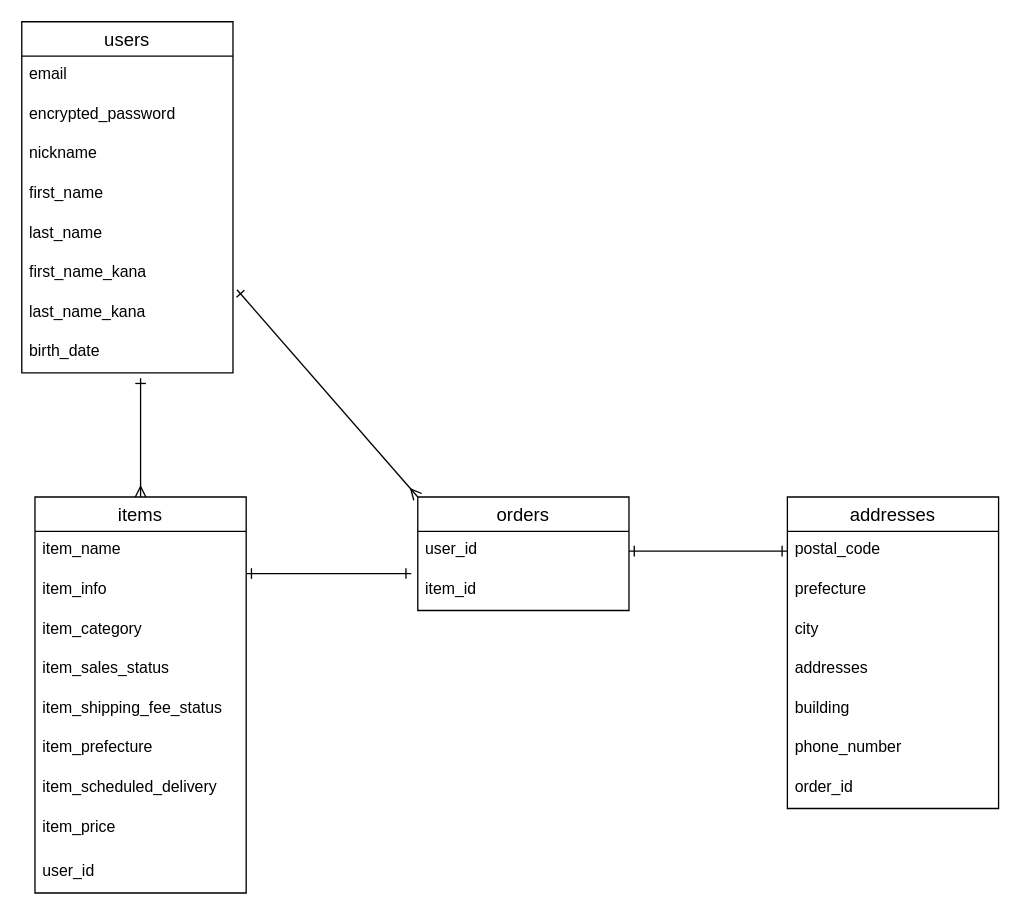
This is furima.dio from atsushiminamizuru/furima-38995, a draw.io file, before an edit. Source tidied: cells renumbered, new cells numbered last; positions are measured from the earlier drawing's top-left corner, leaving out a move shared by most shapes. Both pictures are drawn from the tidied source at 132%, with x=0, y=0 at pixel (21, 21).
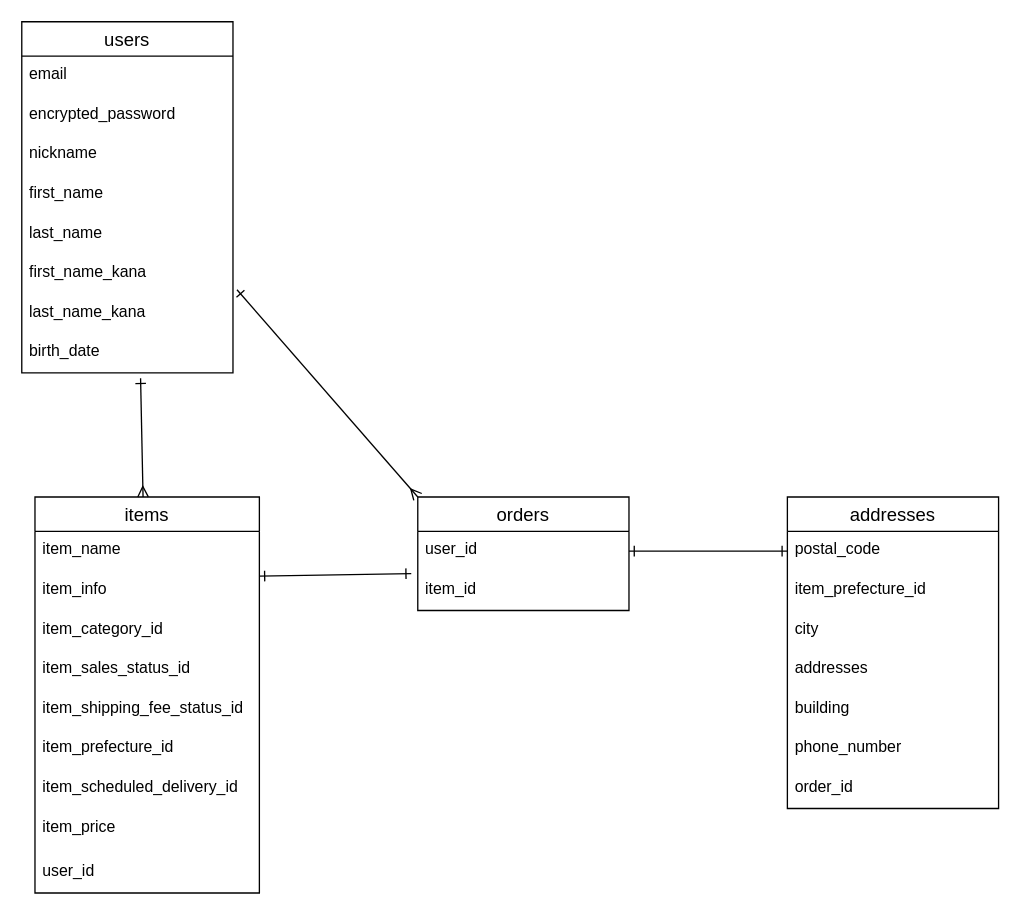
The same diagram, later.

Commit message (it also covers changes not shown here):
データベース設計修正２

ActiveHashに伴うDB設計上のカラム名を_idとintegerにすることでわかりやすくしている。

The change refers to these unchanged cells:
```xml
<mxCell id="23" value="user_id" style="text;strokeColor=none;fillColor=none;spacingLeft=4;spacingRight=4;overflow=hidden;points=[[0,0.5],[1,0.5]];portConstraint=eastwest;fontSize=12;" parent="22" vertex="1">
  <mxGeometry y="26" width="160" height="30" as="geometry" />
</mxCell>
<mxCell id="25" value="addresses" style="swimlane;fontStyle=0;horizontal=1;startSize=26;align=center;fontSize=14;" parent="1" vertex="1">
  <mxGeometry x="580" y="360" width="160" height="236" as="geometry" />
</mxCell>
```

Diff of the diagram source:
```diff
@@
     <mxCell id="11" value="items" style="swimlane;fontStyle=0;horizontal=1;startSize=26;align=center;fontSize=14;" parent="1" vertex="1">
-      <mxGeometry x="10" y="360" width="160" height="300" as="geometry" />
+      <mxGeometry x="10" y="360" width="170" height="300" as="geometry" />
     </mxCell>
     <mxCell id="12" value="item_name" style="text;strokeColor=none;fillColor=none;spacingLeft=4;spacingRight=4;overflow=hidden;fontSize=12;" parent="11" vertex="1">
-      <mxGeometry y="26" width="160" height="30" as="geometry" />
+      <mxGeometry y="26" width="170" height="30" as="geometry" />
     </mxCell>
     <mxCell id="13" value="item_info" style="text;strokeColor=none;fillColor=none;spacingLeft=4;spacingRight=4;overflow=hidden;fontSize=12;" parent="11" vertex="1">
-      <mxGeometry y="56" width="160" height="30" as="geometry" />
+      <mxGeometry y="56" width="170" height="30" as="geometry" />
     </mxCell>
-    <mxCell id="14" value="item_category" style="text;strokeColor=none;fillColor=none;spacingLeft=4;spacingRight=4;overflow=hidden;fontSize=12;" parent="11" vertex="1">
-      <mxGeometry y="86" width="160" height="30" as="geometry" />
+    <mxCell id="14" value="item_category_id" style="text;strokeColor=none;fillColor=none;spacingLeft=4;spacingRight=4;overflow=hidden;fontSize=12;" parent="11" vertex="1">
+      <mxGeometry y="86" width="170" height="30" as="geometry" />
     </mxCell>
-    <mxCell id="15" value="item_sales_status" style="text;strokeColor=none;fillColor=none;spacingLeft=4;spacingRight=4;overflow=hidden;fontSize=12;" parent="11" vertex="1">
-      <mxGeometry y="116" width="160" height="30" as="geometry" />
+    <mxCell id="15" value="item_sales_status_id" style="text;strokeColor=none;fillColor=none;spacingLeft=4;spacingRight=4;overflow=hidden;fontSize=12;" parent="11" vertex="1">
+      <mxGeometry y="116" width="170" height="30" as="geometry" />
     </mxCell>
-    <mxCell id="16" value="item_shipping_fee_status" style="text;strokeColor=none;fillColor=none;spacingLeft=4;spacingRight=4;overflow=hidden;fontSize=12;" parent="11" vertex="1">
-      <mxGeometry y="146" width="160" height="30" as="geometry" />
+    <mxCell id="16" value="item_shipping_fee_status_id" style="text;strokeColor=none;fillColor=none;spacingLeft=4;spacingRight=4;overflow=hidden;fontSize=12;" parent="11" vertex="1">
+      <mxGeometry y="146" width="170" height="30" as="geometry" />
     </mxCell>
-    <mxCell id="17" value="item_prefecture" style="text;strokeColor=none;fillColor=none;spacingLeft=4;spacingRight=4;overflow=hidden;fontSize=12;" parent="11" vertex="1">
-      <mxGeometry y="176" width="160" height="30" as="geometry" />
+    <mxCell id="17" value="item_prefecture_id" style="text;strokeColor=none;fillColor=none;spacingLeft=4;spacingRight=4;overflow=hidden;fontSize=12;" parent="11" vertex="1">
+      <mxGeometry y="176" width="170" height="30" as="geometry" />
     </mxCell>
-    <mxCell id="18" value="item_scheduled_delivery" style="text;strokeColor=none;fillColor=none;spacingLeft=4;spacingRight=4;overflow=hidden;fontSize=12;" parent="11" vertex="1">
-      <mxGeometry y="206" width="160" height="30" as="geometry" />
+    <mxCell id="18" value="item_scheduled_delivery_id" style="text;strokeColor=none;fillColor=none;spacingLeft=4;spacingRight=4;overflow=hidden;fontSize=12;" parent="11" vertex="1">
+      <mxGeometry y="206" width="170" height="30" as="geometry" />
     </mxCell>
     <mxCell id="19" value="item_price" style="text;strokeColor=none;fillColor=none;spacingLeft=4;spacingRight=4;overflow=hidden;fontSize=12;" parent="11" vertex="1">
-      <mxGeometry y="236" width="160" height="34" as="geometry" />
+      <mxGeometry y="236" width="170" height="34" as="geometry" />
     </mxCell>
     <mxCell id="20" value="user_id" style="text;strokeColor=none;fillColor=none;spacingLeft=4;spacingRight=4;overflow=hidden;fontSize=12;" parent="11" vertex="1">
-      <mxGeometry y="270" width="160" height="30" as="geometry" />
+      <mxGeometry y="270" width="170" height="30" as="geometry" />
     </mxCell>
     <mxCell id="21" style="edgeStyle=none;html=1;startArrow=ERone;startFill=0;endArrow=ERone;endFill=0;exitX=-0.031;exitY=1.067;exitDx=0;exitDy=0;exitPerimeter=0;" parent="1" edge="1" source="23">
       <mxGeometry relative="1" as="geometry">
-        <mxPoint x="170" y="418" as="targetPoint" />
+        <mxPoint x="180" y="420" as="targetPoint" />
       </mxGeometry>
     </mxCell>
@@
-    <mxCell id="27" value="prefecture" style="text;strokeColor=none;fillColor=none;spacingLeft=4;spacingRight=4;overflow=hidden;fontSize=12;" parent="25" vertex="1">
+    <mxCell id="27" value="item_prefecture_id" style="text;strokeColor=none;fillColor=none;spacingLeft=4;spacingRight=4;overflow=hidden;fontSize=12;" parent="25" vertex="1">
       <mxGeometry y="56" width="160" height="30" as="geometry" />
     </mxCell>
```
